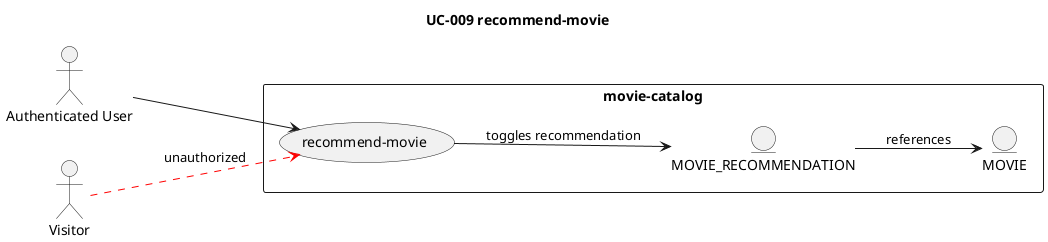
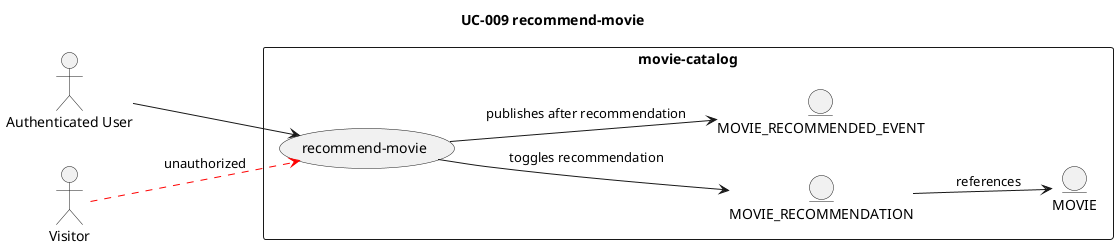
@startuml
title UC-009 recommend-movie
left to right direction

actor "Authenticated User" as user
actor "Visitor" as visitor
rectangle "movie-catalog" {
    usecase "recommend-movie" as UC
    entity "MOVIE_RECOMMENDATION" as recommendation
+     entity "MOVIE_RECOMMENDED_EVENT" as event
    entity "MOVIE" as movie
}

user --> UC
visitor -[#red,dashed]-> UC : unauthorized
UC --> recommendation : toggles recommendation
+ UC --> event : publishes after recommendation
recommendation --> movie : references
@enduml
